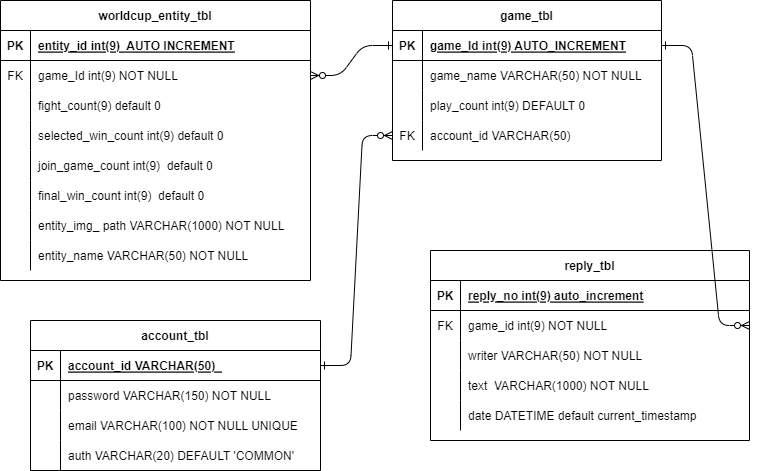
The draw.io diagram erd/erd.png in java-4th-team-project-2023/world-cup, before a commit. Source tidied: cells renumbered, new cells last; positions are measured from the earlier drawing's top-left corner, leaving out a move shared by most shapes.
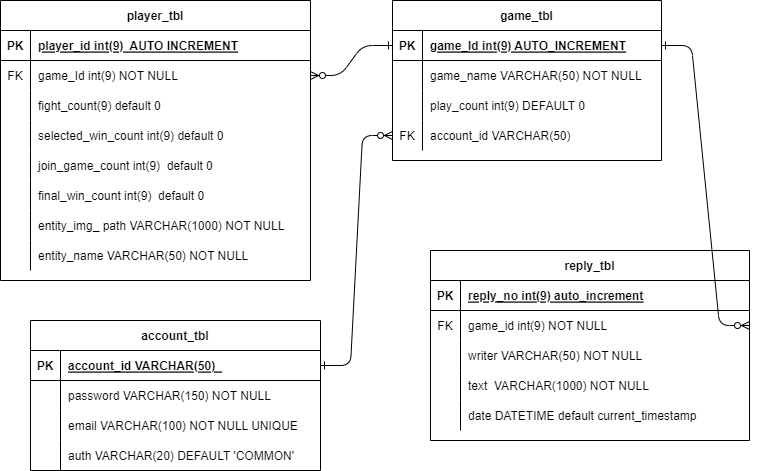
Above is the later version.

Change to the diagram source:
```diff
@@ -89,7 +89,7 @@
     <mxCell id="30" value="date DATETIME default current_timestamp" style="shape=partialRectangle;overflow=hidden;fillColor=none;top=0;left=0;bottom=0;right=0;align=left;spacingLeft=6;" parent="28" vertex="1">
       <mxGeometry x="30" width="289" height="30" as="geometry" />
     </mxCell>
-    <mxCell id="31" value="worldcup_entity_tbl" style="shape=table;startSize=30;rowLines=0;fontStyle=1;align=center;" parent="1" vertex="1">
+    <mxCell id="31" value="player_tbl" style="shape=table;startSize=30;rowLines=0;fontStyle=1;align=center;" parent="1" vertex="1">
       <mxGeometry width="310" height="280" as="geometry" />
     </mxCell>
     <mxCell id="32" style="shape=partialRectangle;fillColor=none;top=0;left=0;right=0;bottom=1;" parent="31" vertex="1">
@@ -98,7 +98,7 @@
     <mxCell id="33" value="PK" style="shape=partialRectangle;overflow=hidden;fillColor=none;top=0;left=0;bottom=0;right=0;fontStyle=1;" parent="32" vertex="1">
       <mxGeometry width="30" height="30" as="geometry" />
     </mxCell>
-    <mxCell id="34" value="entity_id int(9)  AUTO INCREMENT" style="shape=partialRectangle;overflow=hidden;fillColor=none;top=0;left=0;bottom=0;right=0;align=left;spacingLeft=6;fontStyle=5;" parent="32" vertex="1">
+    <mxCell id="34" value="player_id int(9)  AUTO INCREMENT" style="shape=partialRectangle;overflow=hidden;fillColor=none;top=0;left=0;bottom=0;right=0;align=left;spacingLeft=6;fontStyle=5;" parent="32" vertex="1">
       <mxGeometry x="30" width="280" height="30" as="geometry" />
     </mxCell>
     <mxCell id="35" style="shape=partialRectangle;fillColor=none;points=[[0,0.5],[1,0.5]];portConstraint=eastwest;top=0;left=0;right=0;bottom=0;" parent="31" vertex="1">
```
